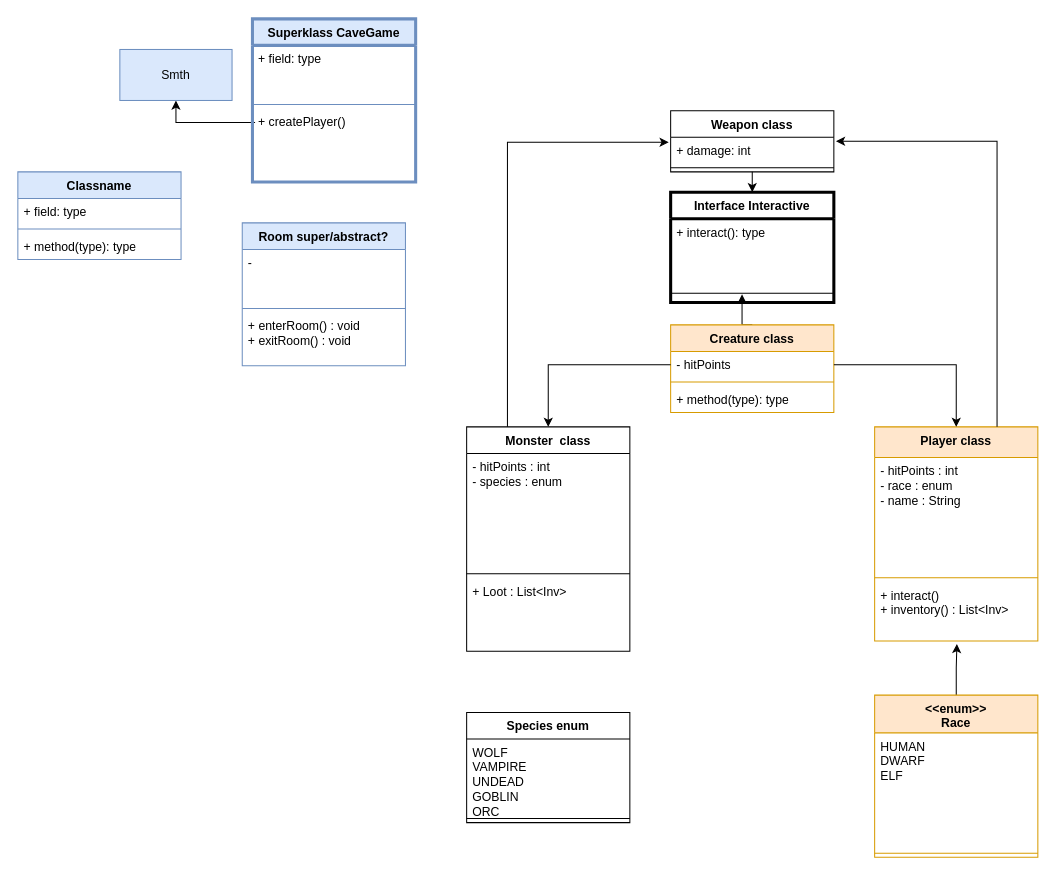
Before: UML.drawio in xsutv/colossal-cave, a draw.io diagram. Source tidied: cells renumbered, new cells numbered last; positions are measured from the earlier drawing's top-left corner, leaving out a move shared by most shapes. Both pictures are drawn from the tidied source at 102%, with x=0, y=0 at pixel (17, 18).
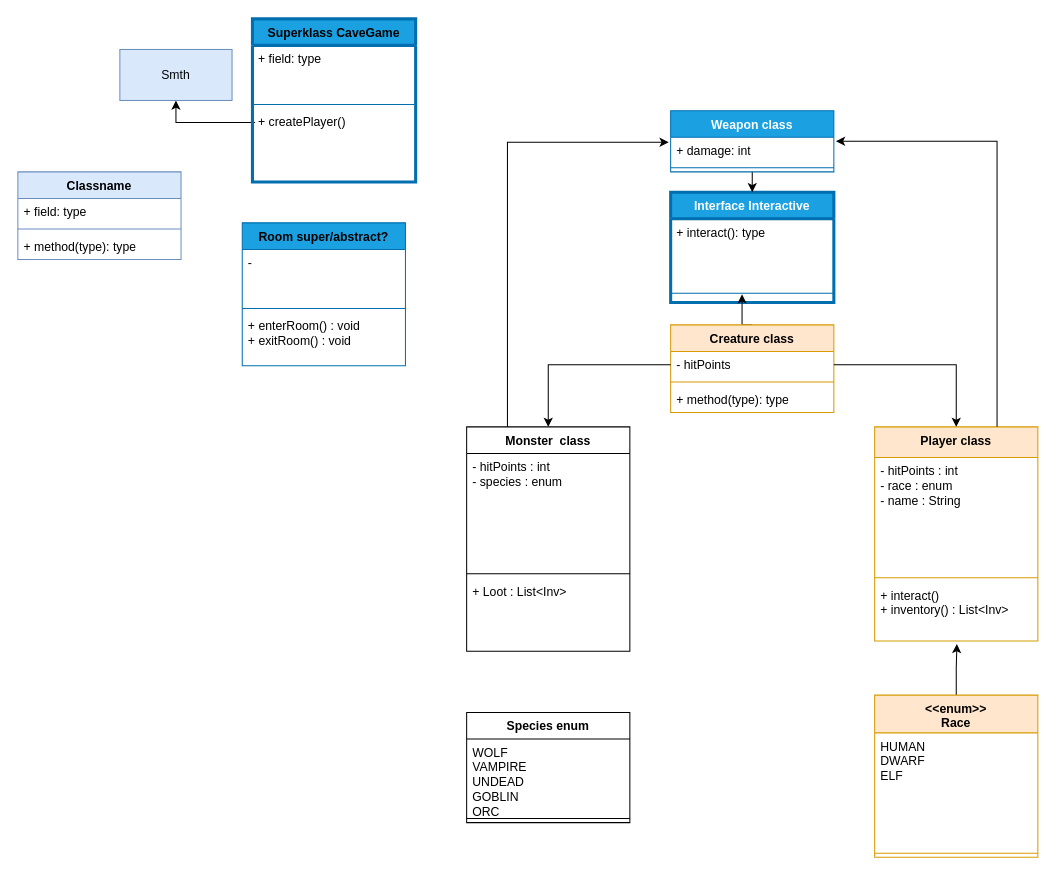
The same diagram, later.

Diff of the diagram source:
```diff
@@
-    <mxCell id="7" value="&lt;font color=&quot;#000000&quot;&gt;Superklass CaveGame&lt;/font&gt;" style="swimlane;fontStyle=1;align=center;verticalAlign=top;horizontal=1;startSize=26;whiteSpace=wrap;html=1;strokeWidth=3;fillColor=#dae8fc;strokeColor=#6c8ebf;" parent="1" vertex="1">
+    <mxCell id="7" value="&lt;font color=&quot;#000000&quot;&gt;Superklass CaveGame&lt;/font&gt;" style="swimlane;fontStyle=1;align=center;verticalAlign=top;horizontal=1;startSize=26;whiteSpace=wrap;html=1;strokeWidth=3;fillColor=#1ba1e2;strokeColor=#006EAF;fontColor=#ffffff;" parent="1" vertex="1">
       <mxGeometry x="230" width="160" height="160" as="geometry" />
     </mxCell>
@@
-    <mxCell id="11" value="Interface Interactive" style="swimlane;fontStyle=1;align=center;verticalAlign=top;horizontal=1;startSize=26;whiteSpace=wrap;html=1;strokeWidth=3;" parent="1" vertex="1">
+    <mxCell id="11" value="Interface Interactive" style="swimlane;fontStyle=1;align=center;verticalAlign=top;horizontal=1;startSize=26;whiteSpace=wrap;html=1;strokeWidth=3;fillColor=#1ba1e2;fontColor=#ffffff;strokeColor=#006EAF;" parent="1" vertex="1">
       <mxGeometry x="640" y="170" width="160" height="108" as="geometry" />
     </mxCell>
@@
-    <mxCell id="22" value="&lt;font color=&quot;#000000&quot;&gt;Room super/abstract?&lt;/font&gt;" style="swimlane;fontStyle=1;align=center;verticalAlign=top;horizontal=1;startSize=26;whiteSpace=wrap;html=1;fillColor=#dae8fc;strokeColor=#6c8ebf;" parent="1" vertex="1">
+    <mxCell id="22" value="&lt;font color=&quot;#000000&quot;&gt;Room super/abstract?&lt;/font&gt;" style="swimlane;fontStyle=1;align=center;verticalAlign=top;horizontal=1;startSize=26;whiteSpace=wrap;html=1;fillColor=#1ba1e2;strokeColor=#006EAF;fontColor=#ffffff;" parent="1" vertex="1">
       <mxGeometry x="220" y="200" width="160" height="140" as="geometry" />
     </mxCell>
@@
-    <mxCell id="42" value="Weapon class" style="swimlane;fontStyle=1;align=center;verticalAlign=top;horizontal=1;startSize=26;whiteSpace=wrap;html=1;" parent="1" vertex="1">
+    <mxCell id="42" value="Weapon class" style="swimlane;fontStyle=1;align=center;verticalAlign=top;horizontal=1;startSize=26;whiteSpace=wrap;html=1;fillColor=#1ba1e2;fontColor=#ffffff;strokeColor=#006EAF;" parent="1" vertex="1">
       <mxGeometry x="640" y="90" width="160" height="60" as="geometry" />
     </mxCell>
```
